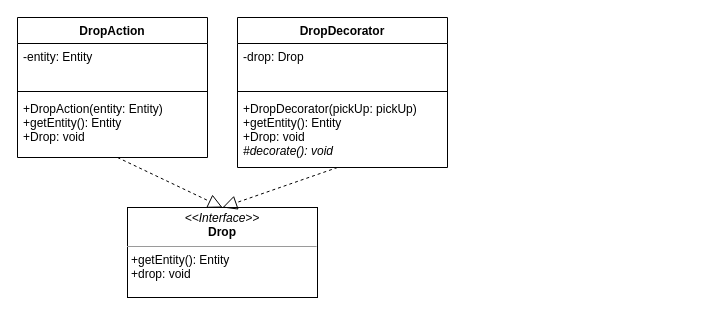
Before: uml/drawio/action/Drop.drawio in TP-O/bomberman, a draw.io diagram. Source tidied: cells renumbered, new cells numbered last; positions are measured from the earlier drawing's top-left corner, leaving out a move shared by most shapes. Both pictures are drawn from the tidied source at 100%, with x=0, y=0 at pixel (17, 17).
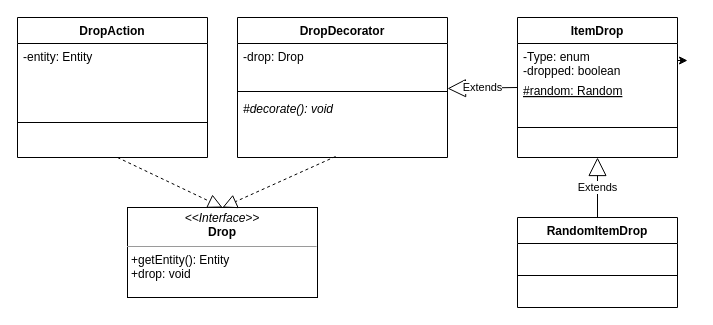
The same diagram, later.

The change refers to these unchanged cells:
```xml
<mxCell id="2" value="DropAction" style="swimlane;fontStyle=1;align=center;verticalAlign=top;horizontal=1;startSize=26;" parent="1" vertex="1">
  <mxGeometry width="190" height="140" as="geometry" />
</mxCell>
<mxCell id="11" value="&lt;p style=&quot;margin: 0px ; margin-top: 4px ; text-align: center&quot;&gt;&lt;i&gt;&amp;lt;&amp;lt;Interface&amp;gt;&amp;gt;&lt;/i&gt;&lt;br&gt;&lt;b&gt;Drop&lt;/b&gt;&lt;/p&gt;&lt;hr size=&quot;1&quot;&gt;&lt;p style=&quot;margin: 0px ; margin-left: 4px&quot;&gt;+getEntity(): Entity&lt;/p&gt;&lt;p style=&quot;margin: 0px ; margin-left: 4px&quot;&gt;+drop: void&lt;br&gt;&lt;/p&gt;" style="verticalAlign=top;align=left;overflow=fill;fontSize=12;fontFamily=Helvetica;html=1;" parent="1" vertex="1">
  <mxGeometry x="110" y="190" width="190" height="90" as="geometry" />
</mxCell>
```

What changed in the source:
```diff
@@
     <mxCell id="4" style="line;strokeWidth=1;fillColor=none;align=left;verticalAlign=middle;spacingTop=-1;spacingLeft=3;spacingRight=3;labelPosition=right;" parent="2" vertex="1">
-      <mxGeometry y="70" width="190" height="8" as="geometry" />
+      <mxGeometry y="70" width="190" height="70" as="geometry" />
     </mxCell>
-    <mxCell id="5" value="+DropAction(entity: Entity)&#10;+getEntity(): Entity&#10;+Drop: void" style="text;strokeColor=none;fillColor=none;align=left;verticalAlign=top;spacingLeft=4;spacingRight=4;overflow=hidden;fontStyle=0;" parent="2" vertex="1">
-      <mxGeometry y="78" width="190" height="62" as="geometry" />
-    </mxCell>
     <mxCell id="6" value="DropDecorator" style="swimlane;fontStyle=1;align=center;verticalAlign=top;horizontal=1;startSize=26;" parent="1" vertex="1">
-      <mxGeometry x="220" width="210" height="150" as="geometry" />
+      <mxGeometry x="220" width="210" height="140" as="geometry" />
     </mxCell>
@@
-    <mxCell id="9" value="+DropDecorator(pickUp: pickUp)&#10;+getEntity(): Entity&#10;+Drop: void" style="text;strokeColor=none;fillColor=none;align=left;verticalAlign=top;spacingLeft=4;spacingRight=4;overflow=hidden;fontStyle=0;" parent="6" vertex="1">
-      <mxGeometry y="78" width="210" height="42" as="geometry" />
-    </mxCell>
     <mxCell id="10" value="#decorate(): void" style="text;strokeColor=none;fillColor=none;align=left;verticalAlign=top;spacingLeft=4;spacingRight=4;overflow=hidden;points=[[0,0.5],[1,0.5]];portConstraint=eastwest;fontStyle=2;" parent="6" vertex="1">
-      <mxGeometry y="120" width="210" height="30" as="geometry" />
+      <mxGeometry y="78" width="210" height="62" as="geometry" />
     </mxCell>
@@
-    <mxCell id="12" style="endArrow=block;dashed=1;endFill=0;endSize=12;html=1;entryX=0.5;entryY=0;entryDx=0;entryDy=0;" parent="1" edge="1" target="11">
-      <mxGeometry relative="1" as="geometry">
-        <mxPoint x="320" y="150" as="sourcePoint" />
-      </mxGeometry>
+    <mxCell id="12" style="endArrow=block;dashed=1;endFill=0;endSize=12;html=1;entryX=0.5;entryY=0;entryDx=0;entryDy=0;exitX=0.467;exitY=0.984;exitDx=0;exitDy=0;exitPerimeter=0;" parent="1" edge="1" source="10" target="11">
+      <mxGeometry relative="1" as="geometry" />
     </mxCell>
@@
+    <mxCell id="14" value="ItemDrop" style="swimlane;fontStyle=1;align=center;verticalAlign=top;horizontal=1;startSize=26;" parent="1" vertex="1">
+      <mxGeometry x="500" width="160" height="140" as="geometry" />
+    </mxCell>
+    <mxCell id="15" value="-Type: enum&#10;-dropped: boolean" style="text;strokeColor=none;fillColor=none;align=left;verticalAlign=top;spacingLeft=4;spacingRight=4;overflow=hidden;points=[[0,0.5],[1,0.5]];portConstraint=eastwest;" parent="14" vertex="1">
+      <mxGeometry y="26" width="160" height="34" as="geometry" />
+    </mxCell>
+    <mxCell id="16" value="#random: Random" style="text;strokeColor=none;fillColor=none;align=left;verticalAlign=top;spacingLeft=4;spacingRight=4;overflow=hidden;fontStyle=4;" parent="14" vertex="1">
+      <mxGeometry y="60" width="160" height="20" as="geometry" />
+    </mxCell>
+    <mxCell id="17" value="Extends" style="endArrow=block;endSize=16;endFill=0;html=1;" parent="14" edge="1">
+      <mxGeometry relative="1" as="geometry">
+        <mxPoint y="70" as="sourcePoint" />
+        <mxPoint x="-70" y="71" as="targetPoint" />
+      </mxGeometry>
+    </mxCell>
+    <mxCell id="18" style="line;strokeWidth=1;fillColor=none;align=left;verticalAlign=middle;spacingTop=-1;spacingLeft=3;spacingRight=3;labelPosition=right;" parent="14" vertex="1">
+      <mxGeometry y="80" width="160" height="60" as="geometry" />
+    </mxCell>
+    <mxCell id="19" value="RandomItemDrop" style="swimlane;fontStyle=1;align=center;verticalAlign=top;horizontal=1;startSize=26;" parent="1" vertex="1">
+      <mxGeometry x="500" y="200" width="160" height="90" as="geometry" />
+    </mxCell>
+    <mxCell id="20" value="Extends" style="endArrow=block;endSize=16;endFill=0;html=1;entryX=0.5;entryY=1;entryDx=0;entryDy=0;" parent="19" edge="1" target="14">
+      <mxGeometry relative="1" as="geometry">
+        <mxPoint x="80" as="sourcePoint" />
+      </mxGeometry>
+    </mxCell>
+    <mxCell id="21" style="line;strokeWidth=1;fillColor=none;align=left;verticalAlign=middle;spacingTop=-1;spacingLeft=3;spacingRight=3;labelPosition=right;" parent="19" vertex="1">
+      <mxGeometry y="26" width="160" height="64" as="geometry" />
+    </mxCell>
+    <mxCell id="22" style="edgeStyle=orthogonalEdgeStyle;rounded=0;jettySize=auto;html=1;exitX=1;exitY=0.5;exitDx=0;exitDy=0;" parent="1" edge="1" source="15">
+      <mxGeometry relative="1" as="geometry">
+        <mxPoint x="670" y="43" as="targetPoint" />
+      </mxGeometry>
+    </mxCell>
```
